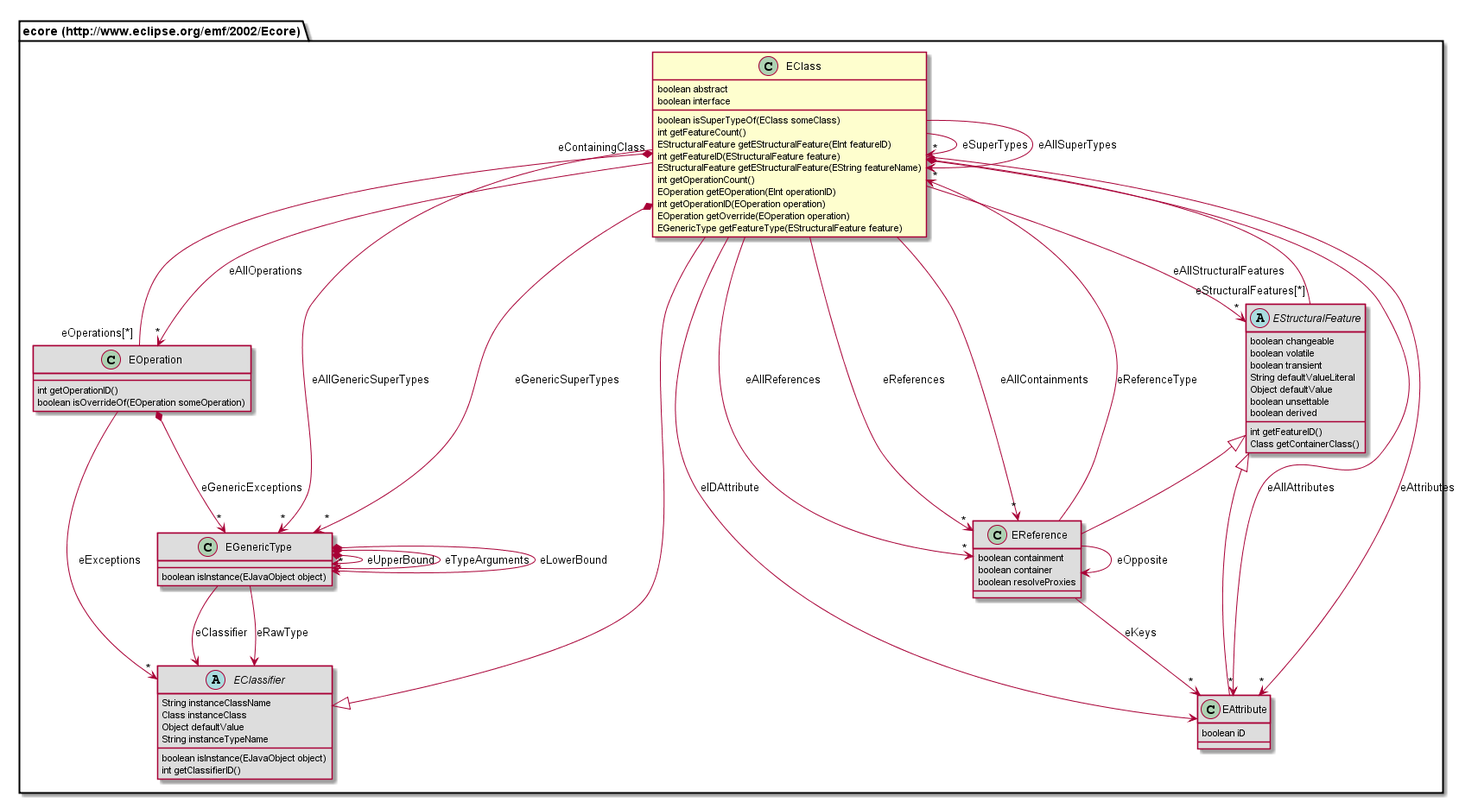
Before: org.nasdanika.codegen.editor/doc/model/687474703a2f2f7777772e65636c697073652e6f72672f656d662f323030322f45636f7265/EClass.png, a diagram exported from PlantUML (Nasdanika/codegen).
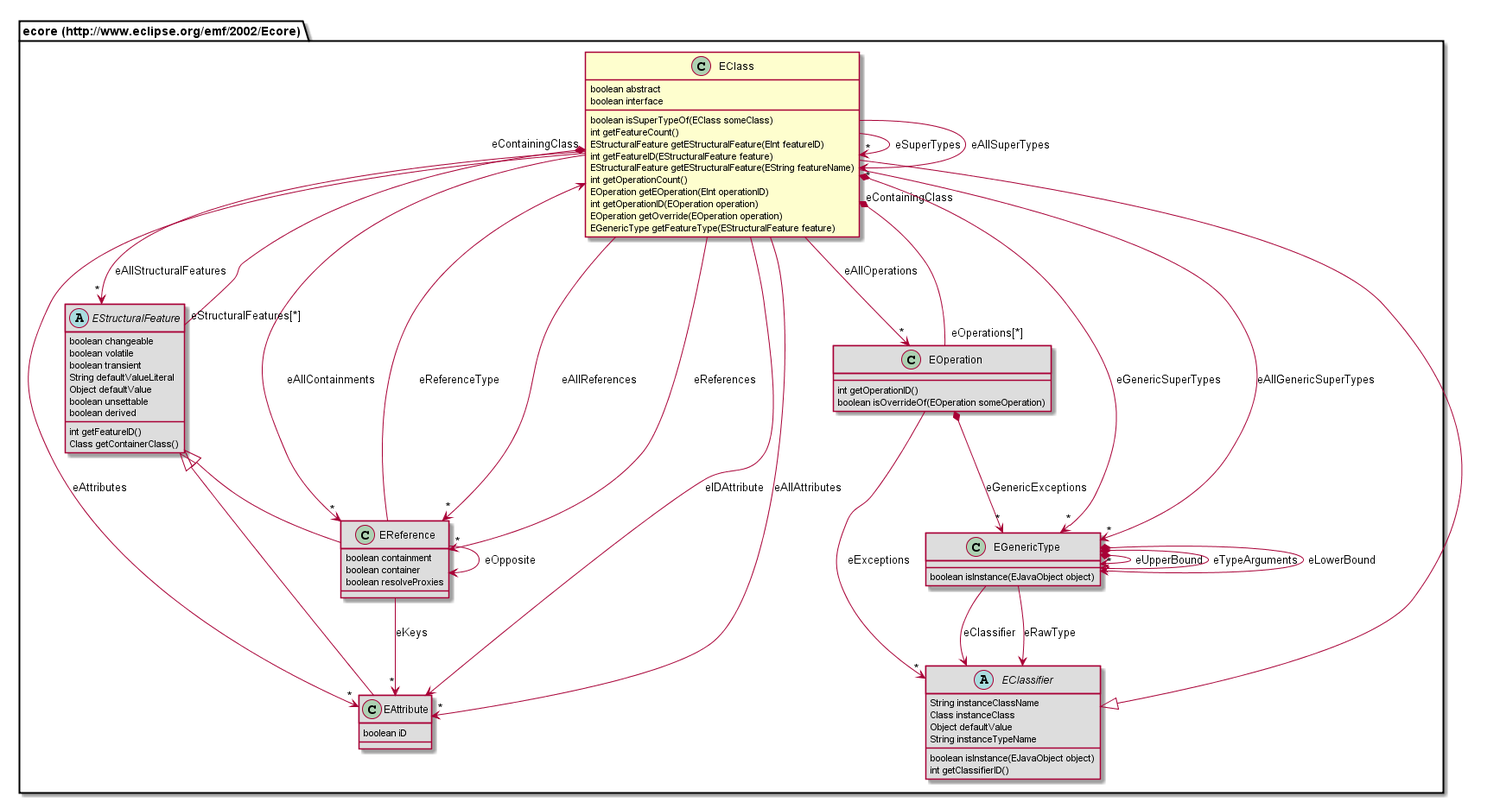
The same file after the commit.

Change to the diagram source:
```diff
@@ -13,25 +13,10 @@
 	EOperation getOverride(EOperation operation)
 	EGenericType getFeatureType(EStructuralFeature feature)
 }
-class "ecore (http://www.eclipse.org/emf/2002/Ecore).EOperation" #DDDDDD {
-	int getOperationID()
-	boolean isOverrideOf(EOperation someOperation)
-}
-class "ecore (http://www.eclipse.org/emf/2002/Ecore).EGenericType" #DDDDDD {
-	boolean isInstance(EJavaObject object)
-}
 class "ecore (http://www.eclipse.org/emf/2002/Ecore).EReference" #DDDDDD {
 	boolean containment
 	boolean container
 	boolean resolveProxies
-}
-abstract class "ecore (http://www.eclipse.org/emf/2002/Ecore).EClassifier" #DDDDDD {
-	String instanceClassName
-	Class instanceClass
-	Object defaultValue
-	String instanceTypeName
-	boolean isInstance(EJavaObject object)
-	int getClassifierID()
 }
 abstract class "ecore (http://www.eclipse.org/emf/2002/Ecore).EStructuralFeature" #DDDDDD {
 	boolean changeable
@@ -44,20 +29,39 @@
 	int getFeatureID()
 	Class getContainerClass()
 }
+class "ecore (http://www.eclipse.org/emf/2002/Ecore).EGenericType" #DDDDDD {
+	boolean isInstance(EJavaObject object)
+}
+class "ecore (http://www.eclipse.org/emf/2002/Ecore).EOperation" #DDDDDD {
+	int getOperationID()
+	boolean isOverrideOf(EOperation someOperation)
+}
+abstract class "ecore (http://www.eclipse.org/emf/2002/Ecore).EClassifier" #DDDDDD {
+	String instanceClassName
+	Class instanceClass
+	Object defaultValue
+	String instanceTypeName
+	boolean isInstance(EJavaObject object)
+	int getClassifierID()
+}
 class "ecore (http://www.eclipse.org/emf/2002/Ecore).EAttribute" #DDDDDD {
 	boolean iD
 }
+"ecore (http://www.eclipse.org/emf/2002/Ecore).EStructuralFeature" <|-- "ecore (http://www.eclipse.org/emf/2002/Ecore).EReference"
 "ecore (http://www.eclipse.org/emf/2002/Ecore).EClassifier" <|-- "ecore (http://www.eclipse.org/emf/2002/Ecore).EClass"
-"ecore (http://www.eclipse.org/emf/2002/Ecore).EStructuralFeature" <|-- "ecore (http://www.eclipse.org/emf/2002/Ecore).EReference"
 "ecore (http://www.eclipse.org/emf/2002/Ecore).EStructuralFeature" <|-- "ecore (http://www.eclipse.org/emf/2002/Ecore).EAttribute"
-"ecore (http://www.eclipse.org/emf/2002/Ecore).EOperation" "eOperations[*]" --* "eContainingClass" "ecore (http://www.eclipse.org/emf/2002/Ecore).EClass"
-"ecore (http://www.eclipse.org/emf/2002/Ecore).EOperation" --> "*" "ecore (http://www.eclipse.org/emf/2002/Ecore).EClassifier" : eExceptions
-"ecore (http://www.eclipse.org/emf/2002/Ecore).EOperation" *--> "*" "ecore (http://www.eclipse.org/emf/2002/Ecore).EGenericType" : eGenericExceptions
+"ecore (http://www.eclipse.org/emf/2002/Ecore).EReference" --> "ecore (http://www.eclipse.org/emf/2002/Ecore).EReference" : eOpposite
+"ecore (http://www.eclipse.org/emf/2002/Ecore).EReference" --> "ecore (http://www.eclipse.org/emf/2002/Ecore).EClass" : eReferenceType
+"ecore (http://www.eclipse.org/emf/2002/Ecore).EReference" --> "*" "ecore (http://www.eclipse.org/emf/2002/Ecore).EAttribute" : eKeys
+"ecore (http://www.eclipse.org/emf/2002/Ecore).EStructuralFeature" "eStructuralFeatures[*]" --* "eContainingClass" "ecore (http://www.eclipse.org/emf/2002/Ecore).EClass"
 "ecore (http://www.eclipse.org/emf/2002/Ecore).EGenericType" *--> "ecore (http://www.eclipse.org/emf/2002/Ecore).EGenericType" : eUpperBound
 "ecore (http://www.eclipse.org/emf/2002/Ecore).EGenericType" *--> "*" "ecore (http://www.eclipse.org/emf/2002/Ecore).EGenericType" : eTypeArguments
 "ecore (http://www.eclipse.org/emf/2002/Ecore).EGenericType" --> "ecore (http://www.eclipse.org/emf/2002/Ecore).EClassifier" : eRawType
 "ecore (http://www.eclipse.org/emf/2002/Ecore).EGenericType" *--> "ecore (http://www.eclipse.org/emf/2002/Ecore).EGenericType" : eLowerBound
 "ecore (http://www.eclipse.org/emf/2002/Ecore).EGenericType" --> "ecore (http://www.eclipse.org/emf/2002/Ecore).EClassifier" : eClassifier
+"ecore (http://www.eclipse.org/emf/2002/Ecore).EOperation" "eOperations[*]" --* "eContainingClass" "ecore (http://www.eclipse.org/emf/2002/Ecore).EClass"
+"ecore (http://www.eclipse.org/emf/2002/Ecore).EOperation" --> "*" "ecore (http://www.eclipse.org/emf/2002/Ecore).EClassifier" : eExceptions
+"ecore (http://www.eclipse.org/emf/2002/Ecore).EOperation" *--> "*" "ecore (http://www.eclipse.org/emf/2002/Ecore).EGenericType" : eGenericExceptions
 "ecore (http://www.eclipse.org/emf/2002/Ecore).EClass" --> "*" "ecore (http://www.eclipse.org/emf/2002/Ecore).EClass" : eSuperTypes
 "ecore (http://www.eclipse.org/emf/2002/Ecore).EClass" --> "*" "ecore (http://www.eclipse.org/emf/2002/Ecore).EAttribute" : eAllAttributes
 "ecore (http://www.eclipse.org/emf/2002/Ecore).EClass" --> "*" "ecore (http://www.eclipse.org/emf/2002/Ecore).EReference" : eAllReferences
@@ -68,10 +72,6 @@
 "ecore (http://www.eclipse.org/emf/2002/Ecore).EClass" --> "*" "ecore (http://www.eclipse.org/emf/2002/Ecore).EStructuralFeature" : eAllStructuralFeatures
 "ecore (http://www.eclipse.org/emf/2002/Ecore).EClass" --> "*" "ecore (http://www.eclipse.org/emf/2002/Ecore).EClass" : eAllSuperTypes
 "ecore (http://www.eclipse.org/emf/2002/Ecore).EClass" --> "ecore (http://www.eclipse.org/emf/2002/Ecore).EAttribute" : eIDAttribute
-"ecore (http://www.eclipse.org/emf/2002/Ecore).EClass" *-- "eStructuralFeatures[*]" "ecore (http://www.eclipse.org/emf/2002/Ecore).EStructuralFeature"
 "ecore (http://www.eclipse.org/emf/2002/Ecore).EClass" *--> "*" "ecore (http://www.eclipse.org/emf/2002/Ecore).EGenericType" : eGenericSuperTypes
 "ecore (http://www.eclipse.org/emf/2002/Ecore).EClass" --> "*" "ecore (http://www.eclipse.org/emf/2002/Ecore).EGenericType" : eAllGenericSuperTypes
-"ecore (http://www.eclipse.org/emf/2002/Ecore).EReference" --> "ecore (http://www.eclipse.org/emf/2002/Ecore).EReference" : eOpposite
-"ecore (http://www.eclipse.org/emf/2002/Ecore).EReference" --> "ecore (http://www.eclipse.org/emf/2002/Ecore).EClass" : eReferenceType
-"ecore (http://www.eclipse.org/emf/2002/Ecore).EReference" --> "*" "ecore (http://www.eclipse.org/emf/2002/Ecore).EAttribute" : eKeys
 @enduml
```
